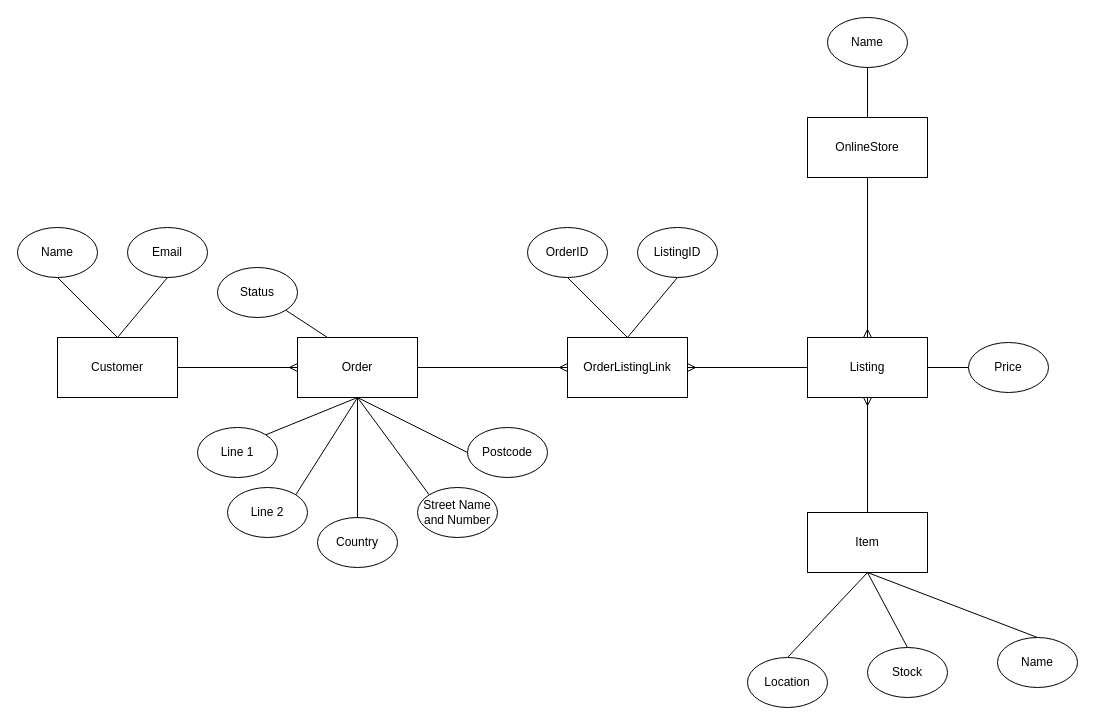
Before: diagrams/database-er-diagram.drawio in ashketchupppp/sysdev2, a draw.io diagram. Source tidied: cells renumbered, new cells numbered last; positions are measured from the earlier drawing's top-left corner, leaving out a move shared by most shapes. Both pictures are drawn from the tidied source at 100%, with x=0, y=0 at pixel (17, 17).
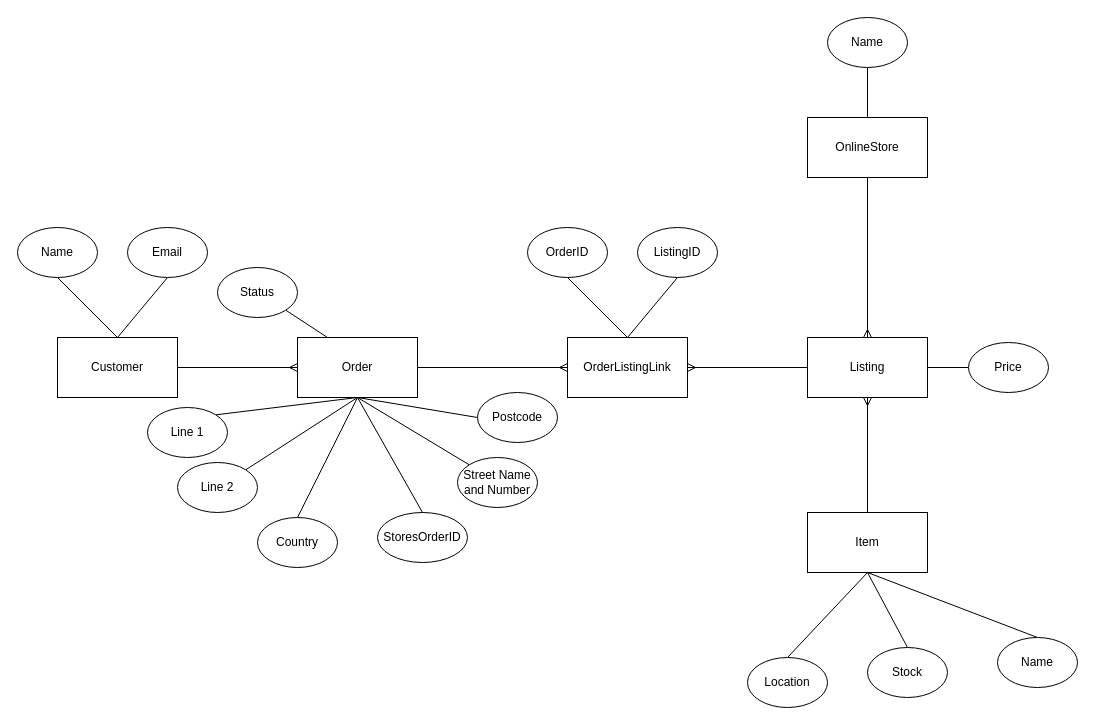
After the change.

What changed in the source:
```diff
@@
     <mxCell id="15" value="Line 1" style="ellipse;whiteSpace=wrap;html=1;" parent="1" vertex="1">
-      <mxGeometry x="180" y="410" width="80" height="50" as="geometry" />
+      <mxGeometry x="130" y="390" width="80" height="50" as="geometry" />
     </mxCell>
@@
     <mxCell id="17" value="Line 2" style="ellipse;whiteSpace=wrap;html=1;" parent="1" vertex="1">
-      <mxGeometry x="210" y="470" width="80" height="50" as="geometry" />
+      <mxGeometry x="160" y="445" width="80" height="50" as="geometry" />
     </mxCell>
@@
     <mxCell id="19" value="Country" style="ellipse;whiteSpace=wrap;html=1;" parent="1" vertex="1">
-      <mxGeometry x="300" y="500" width="80" height="50" as="geometry" />
+      <mxGeometry x="240" y="500" width="80" height="50" as="geometry" />
     </mxCell>
@@
     <mxCell id="21" value="Postcode" style="ellipse;whiteSpace=wrap;html=1;" parent="1" vertex="1">
-      <mxGeometry x="450" y="410" width="80" height="50" as="geometry" />
+      <mxGeometry x="460" y="375" width="80" height="50" as="geometry" />
     </mxCell>
@@
     <mxCell id="23" value="Street Name and Number" style="ellipse;whiteSpace=wrap;html=1;" parent="1" vertex="1">
-      <mxGeometry x="400" y="470" width="80" height="50" as="geometry" />
+      <mxGeometry x="440" y="440" width="80" height="50" as="geometry" />
     </mxCell>
@@
+    <mxCell id="43" style="rounded=0;jettySize=auto;html=1;exitX=0.5;exitY=0;exitDx=0;exitDy=0;startArrow=none;startFill=0;endArrow=none;endFill=0;" parent="1" edge="1" source="44">
+      <mxGeometry relative="1" as="geometry">
+        <mxPoint x="340" y="380" as="targetPoint" />
+      </mxGeometry>
+    </mxCell>
+    <mxCell id="44" value="StoresOrderID" style="ellipse;whiteSpace=wrap;html=1;" parent="1" vertex="1">
+      <mxGeometry x="360" y="495" width="90" height="50" as="geometry" />
+    </mxCell>
```
